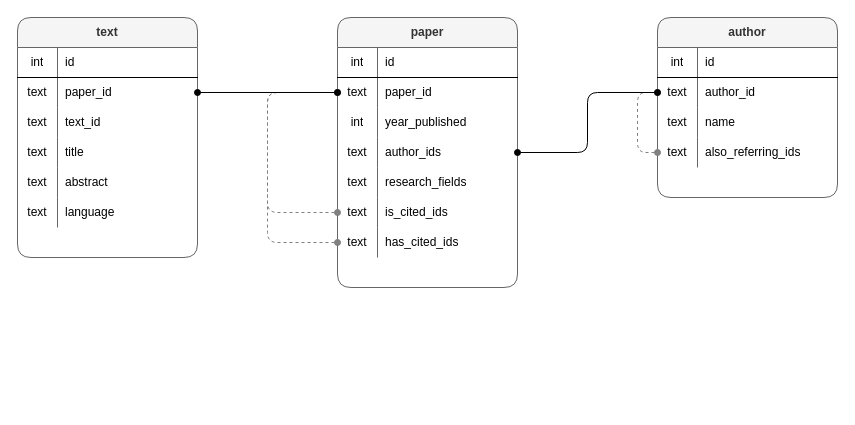
The draw.io diagram readme_files/database_schema.drawio in zushicat/scholar-data-ingest, before the edit. Source tidied: cells renumbered, new cells numbered last; positions are measured from the earlier drawing's top-left corner, leaving out a move shared by most shapes. Both pictures are drawn from the tidied source at 100%, with x=0, y=0 at pixel (17, 17).
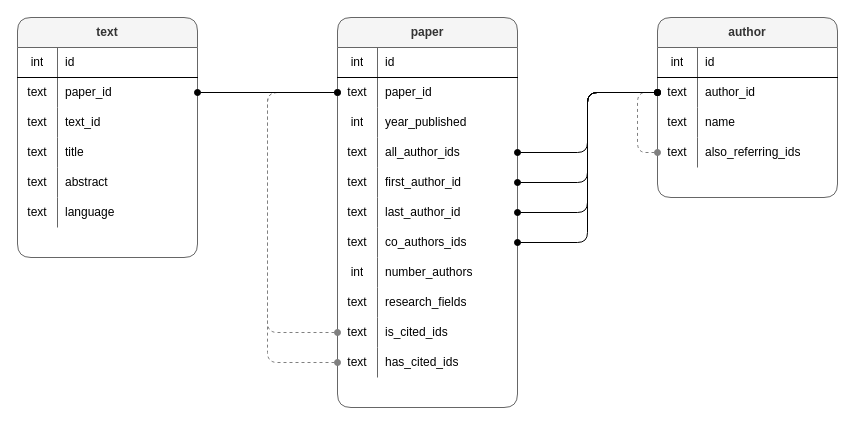
After the change.

Commit message (it also covers changes not shown here):
expand schema: paper

Unchanged cells that the change refers to:
```xml
<mxCell id="25" style="shape=partialRectangle;html=1;whiteSpace=wrap;fillColor=none;top=0;left=0;bottom=0;right=0;points=[[0,0.5],[1,0.5]];portConstraint=eastwest;" parent="21" vertex="1">
  <mxGeometry y="60" width="180" height="30" as="geometry" />
</mxCell>
<mxCell id="39" style="shape=partialRectangle;html=1;whiteSpace=wrap;fillColor=none;top=0;left=0;bottom=0;right=0;points=[[0,0.5],[1,0.5]];portConstraint=eastwest;" parent="35" vertex="1">
  <mxGeometry y="60" width="180" height="30" as="geometry" />
</mxCell>
<mxCell id="45" style="shape=partialRectangle;html=1;whiteSpace=wrap;fillColor=none;top=0;left=0;bottom=0;right=0;points=[[0,0.5],[1,0.5]];portConstraint=eastwest;" parent="35" vertex="1">
  <mxGeometry y="120" width="180" height="30" as="geometry" />
</mxCell>
```

What changed in the source:
```diff
@@
     <mxCell id="35" value="paper" style="shape=table;html=1;whiteSpace=wrap;startSize=30;childLayout=tableLayout;rowLines=0;fontStyle=1;align=center;fillColor=#f5f5f5;strokeColor=#666666;fontColor=#333333;rounded=1;" parent="1" vertex="1">
-      <mxGeometry x="320" width="180" height="270" as="geometry" />
+      <mxGeometry x="320" width="180" height="390" as="geometry" />
     </mxCell>
@@
-    <mxCell id="47" value="author_ids" style="shape=partialRectangle;html=1;whiteSpace=wrap;fillColor=none;top=0;left=0;bottom=0;right=0;align=left;spacingLeft=6;overflow=hidden;" parent="45" vertex="1">
+    <mxCell id="47" value="all_author_ids" style="shape=partialRectangle;html=1;whiteSpace=wrap;fillColor=none;top=0;left=0;bottom=0;right=0;align=left;spacingLeft=6;overflow=hidden;" parent="45" vertex="1">
       <mxGeometry x="40" width="140" height="30" as="geometry" />
     </mxCell>
+    <mxCell id="61" style="shape=partialRectangle;html=1;whiteSpace=wrap;fillColor=none;top=0;left=0;bottom=0;right=0;points=[[0,0.5],[1,0.5]];portConstraint=eastwest;" parent="35" vertex="1">
+      <mxGeometry y="150" width="180" height="30" as="geometry" />
+    </mxCell>
+    <mxCell id="62" value="text" style="shape=partialRectangle;html=1;whiteSpace=wrap;fillColor=none;top=0;left=0;bottom=0;right=0;overflow=hidden;" parent="61" vertex="1">
+      <mxGeometry width="40" height="30" as="geometry" />
+    </mxCell>
+    <mxCell id="63" value="first_author_id" style="shape=partialRectangle;html=1;whiteSpace=wrap;fillColor=none;top=0;left=0;bottom=0;right=0;align=left;spacingLeft=6;overflow=hidden;" parent="61" vertex="1">
+      <mxGeometry x="40" width="140" height="30" as="geometry" />
+    </mxCell>
+    <mxCell id="64" style="shape=partialRectangle;html=1;whiteSpace=wrap;fillColor=none;top=0;left=0;bottom=0;right=0;points=[[0,0.5],[1,0.5]];portConstraint=eastwest;" parent="35" vertex="1">
+      <mxGeometry y="180" width="180" height="30" as="geometry" />
+    </mxCell>
+    <mxCell id="65" value="text" style="shape=partialRectangle;html=1;whiteSpace=wrap;fillColor=none;top=0;left=0;bottom=0;right=0;overflow=hidden;" parent="64" vertex="1">
+      <mxGeometry width="40" height="30" as="geometry" />
+    </mxCell>
+    <mxCell id="66" value="last_author_id" style="shape=partialRectangle;html=1;whiteSpace=wrap;fillColor=none;top=0;left=0;bottom=0;right=0;align=left;spacingLeft=6;overflow=hidden;" parent="64" vertex="1">
+      <mxGeometry x="40" width="140" height="30" as="geometry" />
+    </mxCell>
+    <mxCell id="67" style="shape=partialRectangle;html=1;whiteSpace=wrap;fillColor=none;top=0;left=0;bottom=0;right=0;points=[[0,0.5],[1,0.5]];portConstraint=eastwest;" parent="35" vertex="1">
+      <mxGeometry y="210" width="180" height="30" as="geometry" />
+    </mxCell>
+    <mxCell id="68" value="text" style="shape=partialRectangle;html=1;whiteSpace=wrap;fillColor=none;top=0;left=0;bottom=0;right=0;overflow=hidden;" parent="67" vertex="1">
+      <mxGeometry width="40" height="30" as="geometry" />
+    </mxCell>
+    <mxCell id="69" value="co_authors_ids" style="shape=partialRectangle;html=1;whiteSpace=wrap;fillColor=none;top=0;left=0;bottom=0;right=0;align=left;spacingLeft=6;overflow=hidden;" parent="67" vertex="1">
+      <mxGeometry x="40" width="140" height="30" as="geometry" />
+    </mxCell>
+    <mxCell id="70" style="shape=partialRectangle;html=1;whiteSpace=wrap;fillColor=none;top=0;left=0;bottom=0;right=0;" parent="35" vertex="1">
+      <mxGeometry y="240" width="180" height="30" as="geometry" />
+    </mxCell>
+    <mxCell id="71" value="int" style="shape=partialRectangle;html=1;whiteSpace=wrap;fillColor=none;top=0;left=0;bottom=0;right=0;overflow=hidden;" parent="70" vertex="1">
+      <mxGeometry width="40" height="30" as="geometry" />
+    </mxCell>
+    <mxCell id="72" value="number_authors" style="shape=partialRectangle;html=1;whiteSpace=wrap;fillColor=none;top=0;left=0;bottom=0;right=0;align=left;spacingLeft=6;overflow=hidden;" parent="70" vertex="1">
+      <mxGeometry x="40" width="140" height="30" as="geometry" />
+    </mxCell>
     <mxCell id="48" style="shape=partialRectangle;html=1;whiteSpace=wrap;fillColor=none;top=0;left=0;bottom=0;right=0;" parent="35" vertex="1">
-      <mxGeometry y="150" width="180" height="30" as="geometry" />
+      <mxGeometry y="270" width="180" height="30" as="geometry" />
     </mxCell>
@@
-    <mxCell id="51" style="edgeStyle=orthogonalEdgeStyle;rounded=1;jettySize=auto;html=1;entryX=0;entryY=0.5;entryDx=0;entryDy=0;startArrow=oval;startFill=1;endArrow=oval;endFill=1;dashed=1;fillColor=#f5f5f5;strokeColor=#808080;" parent="35" edge="1" source="52" target="39">
+    <mxCell id="51" style="edgeStyle=orthogonalEdgeStyle;rounded=1;jettySize=auto;html=1;entryX=0;entryY=0.5;entryDx=0;entryDy=0;startArrow=oval;startFill=1;endArrow=oval;endFill=1;dashed=1;fillColor=#f5f5f5;strokeColor=#808080;exitX=0;exitY=0.5;exitDx=0;exitDy=0;" parent="35" edge="1" source="56" target="39">
       <mxGeometry relative="1" as="geometry">
         <Array as="points">
-          <mxPoint x="-70" y="195" />
+          <mxPoint x="-70" y="345" />
           <mxPoint x="-70" y="75" />
         </Array>
       </mxGeometry>
     </mxCell>
     <mxCell id="52" style="shape=partialRectangle;html=1;whiteSpace=wrap;fillColor=none;top=0;left=0;bottom=0;right=0;points=[[0,0.5],[1,0.5]];portConstraint=eastwest;" parent="35" vertex="1">
-      <mxGeometry y="180" width="180" height="30" as="geometry" />
+      <mxGeometry y="300" width="180" height="30" as="geometry" />
     </mxCell>
@@
-    <mxCell id="55" style="edgeStyle=orthogonalEdgeStyle;rounded=1;jettySize=auto;html=1;entryX=0;entryY=0.5;entryDx=0;entryDy=0;startArrow=oval;startFill=1;endArrow=oval;endFill=1;dashed=1;strokeColor=#808080;" parent="35" edge="1" source="56" target="39">
+    <mxCell id="55" style="edgeStyle=orthogonalEdgeStyle;rounded=1;jettySize=auto;html=1;entryX=0;entryY=0.5;entryDx=0;entryDy=0;startArrow=oval;startFill=1;endArrow=oval;endFill=1;dashed=1;strokeColor=#808080;exitX=0;exitY=0.5;exitDx=0;exitDy=0;" parent="35" edge="1" source="52" target="39">
       <mxGeometry relative="1" as="geometry">
         <Array as="points">
-          <mxPoint x="-70" y="225" />
+          <mxPoint x="-70" y="315" />
           <mxPoint x="-70" y="75" />
         </Array>
       </mxGeometry>
     </mxCell>
     <mxCell id="56" style="shape=partialRectangle;html=1;whiteSpace=wrap;fillColor=none;top=0;left=0;bottom=0;right=0;points=[[0,0.5],[1,0.5]];portConstraint=eastwest;" parent="35" vertex="1">
-      <mxGeometry y="210" width="180" height="30" as="geometry" />
+      <mxGeometry y="330" width="180" height="30" as="geometry" />
     </mxCell>
@@
+    <mxCell id="73" style="edgeStyle=orthogonalEdgeStyle;rounded=1;jettySize=auto;html=1;exitX=1;exitY=0.5;exitDx=0;exitDy=0;entryX=0;entryY=0.5;entryDx=0;entryDy=0;startArrow=oval;startFill=1;endArrow=oval;endFill=1;" parent="1" edge="1" source="61" target="25">
+      <mxGeometry relative="1" as="geometry" />
+    </mxCell>
+    <mxCell id="74" style="edgeStyle=orthogonalEdgeStyle;rounded=1;jettySize=auto;html=1;startArrow=oval;startFill=1;endArrow=oval;endFill=1;entryX=0;entryY=0.5;entryDx=0;entryDy=0;" parent="1" edge="1" source="64" target="25">
+      <mxGeometry relative="1" as="geometry">
+        <Array as="points">
+          <mxPoint x="570" y="195" />
+          <mxPoint x="570" y="75" />
+        </Array>
+      </mxGeometry>
+    </mxCell>
+    <mxCell id="75" style="edgeStyle=orthogonalEdgeStyle;rounded=1;jettySize=auto;html=1;entryX=0;entryY=0.5;entryDx=0;entryDy=0;startArrow=oval;startFill=1;endArrow=oval;endFill=1;" parent="1" edge="1" source="67" target="25">
+      <mxGeometry relative="1" as="geometry" />
+    </mxCell>
```
